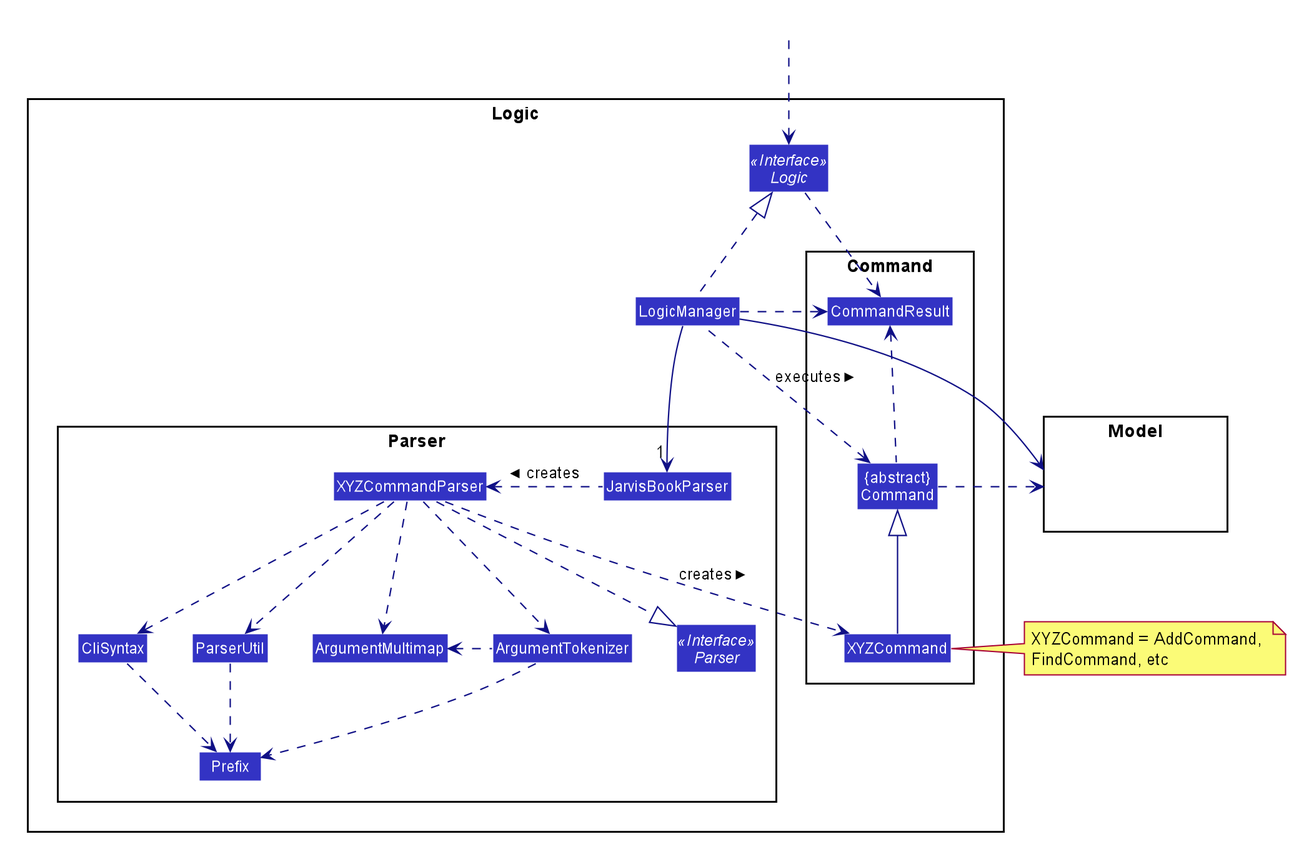
nus-cs2103-AY1920S1/addressbook-level3 keeps this PlantUML diagram as docs/images/LogicClassDiagram.png. Above is the earlier version.
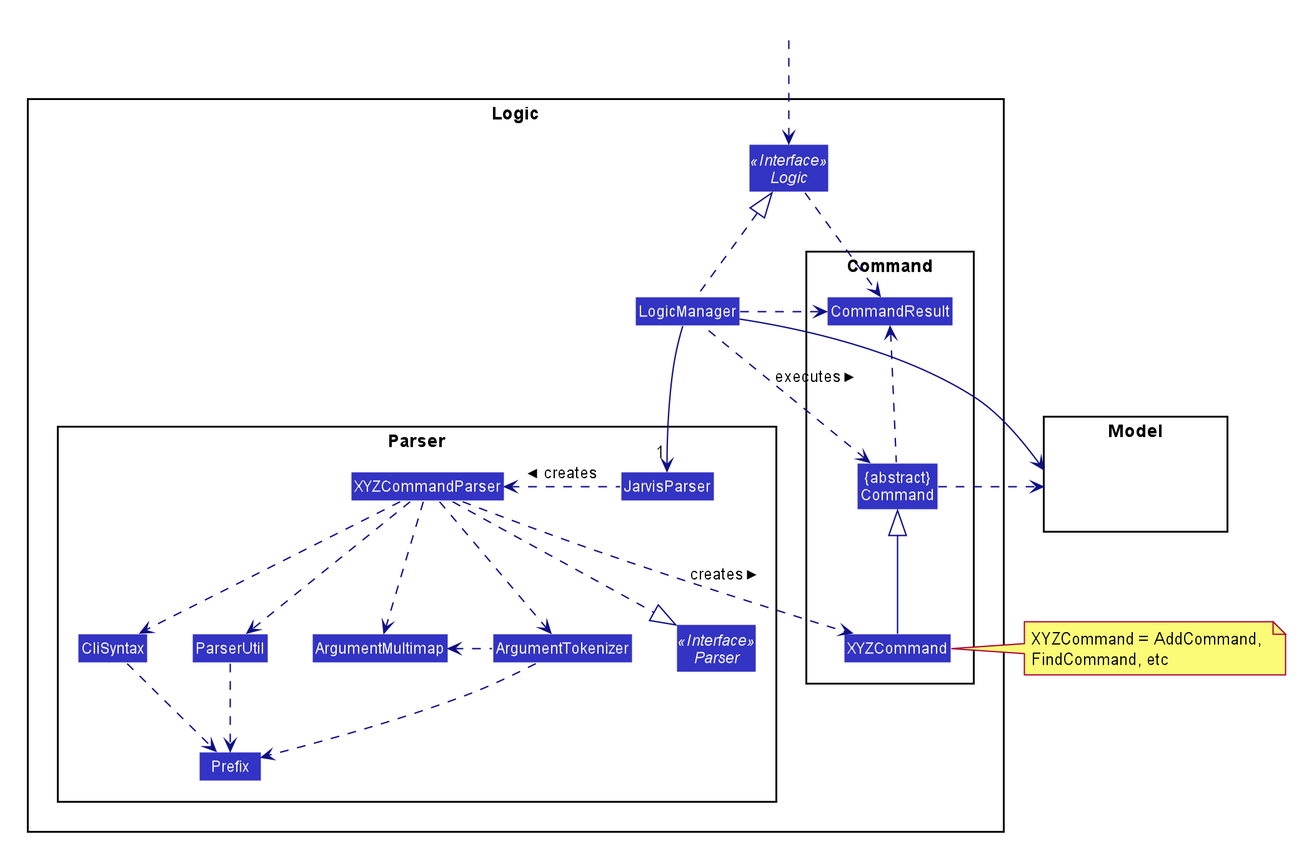
The same file after the commit.

Commit message:
updated logic diagram

Diff of the diagram source:
```diff
@@ -55,7 +55,7 @@
 
 package Parser {
 Interface Parser <<Interface>>
-Class JarvisBookParser
+Class JarvisParser
 Class XYZCommandParser
 Class CliSyntax
 Class ParserUtil
@@ -82,8 +82,8 @@
 HiddenOutside ..> Logic
 
 LogicManager .up.|> Logic
-LogicManager -->"1" JarvisBookParser
-JarvisBookParser .left.> XYZCommandParser: creates >
+LogicManager -->"1" JarvisParser
+JarvisParser .left.> XYZCommandParser: creates >
 
 XYZCommandParser ..> XYZCommand : creates >
 XYZCommandParser ..|> Parser
```
